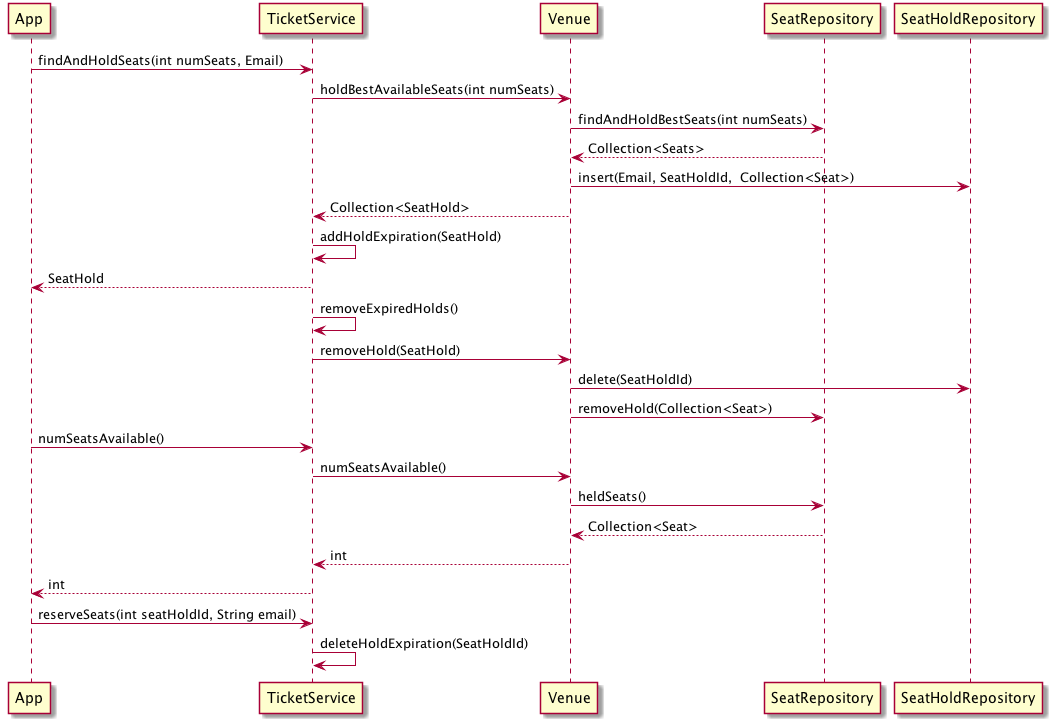
The PlantUML diagram seqeuence.png in jonb226/ticket-challenge, before a commit.
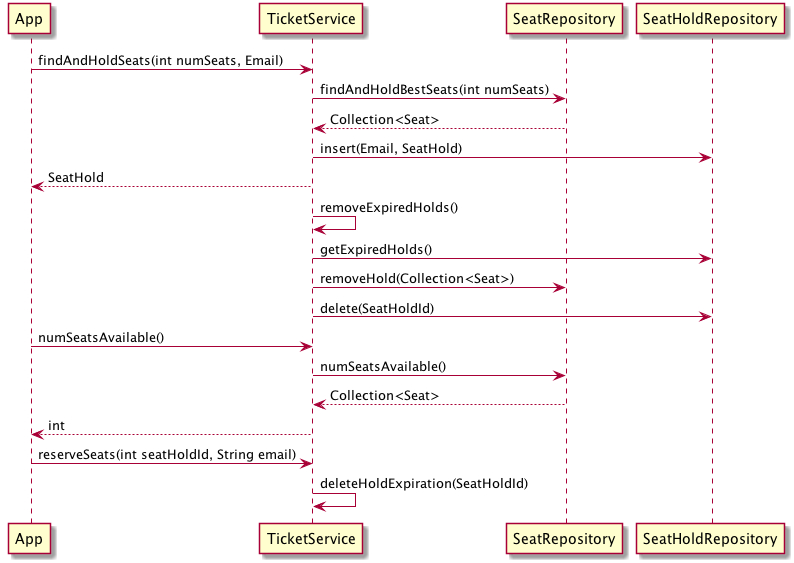
Above is the later version.

Diff of the diagram source:
```diff
@@ -1,21 +1,16 @@
 @startuml
 App -> TicketService: findAndHoldSeats(int numSeats, Email)
-TicketService -> Venue: holdBestAvailableSeats(int numSeats)
-Venue -> SeatRepository: findAndHoldBestSeats(int numSeats)
-SeatRepository --> Venue: Collection<Seats>
-Venue -> SeatHoldRepository: insert(Email, SeatHoldId,  Collection<Seat>)
-Venue --> TicketService: Collection<SeatHold>
-TicketService -> TicketService: addHoldExpiration(SeatHold)
+TicketService -> SeatRepository: findAndHoldBestSeats(int numSeats)
+SeatRepository --> TicketService: Collection<Seat>
+TicketService -> SeatHoldRepository: insert(Email, SeatHold)
 TicketService --> App: SeatHold
 TicketService -> TicketService: removeExpiredHolds()
-TicketService -> Venue: removeHold(SeatHold)
-Venue -> SeatHoldRepository: delete(SeatHoldId)
-Venue -> SeatRepository: removeHold(Collection<Seat>)
+TicketService -> SeatHoldRepository: getExpiredHolds()
+TicketService -> SeatRepository: removeHold(Collection<Seat>)
+TicketService -> SeatHoldRepository: delete(SeatHoldId)
 App -> TicketService: numSeatsAvailable()
-TicketService -> Venue: numSeatsAvailable()
-Venue -> SeatRepository: heldSeats()
-SeatRepository --> Venue: Collection<Seat>
-Venue --> TicketService: int
+TicketService -> SeatRepository: numSeatsAvailable()
+SeatRepository --> TicketService: Collection<Seat>
 TicketService --> App: int
 App -> TicketService: reserveSeats(int seatHoldId, String email)
 TicketService -> TicketService: deleteHoldExpiration(SeatHoldId)
```
